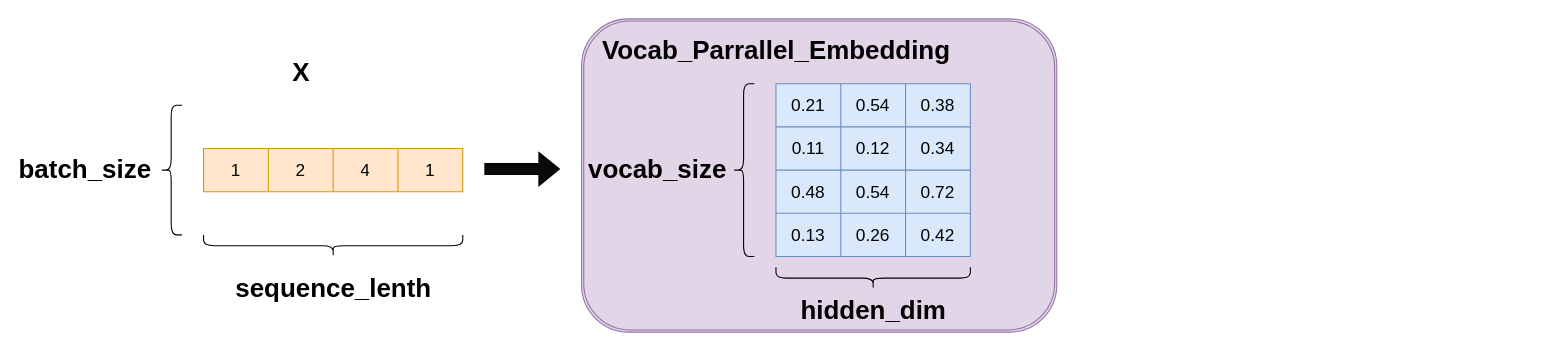
Earlier version of the draw.io diagram drawio_images/Vocab_embedding.drawio (zty-king/zty-king). Source tidied: cells renumbered, new cells numbered last; positions are measured from the earlier drawing's top-left corner, leaving out a move shared by most shapes. Both pictures are drawn from the tidied source at 108%, with x=0, y=0 at pixel (30, 18).
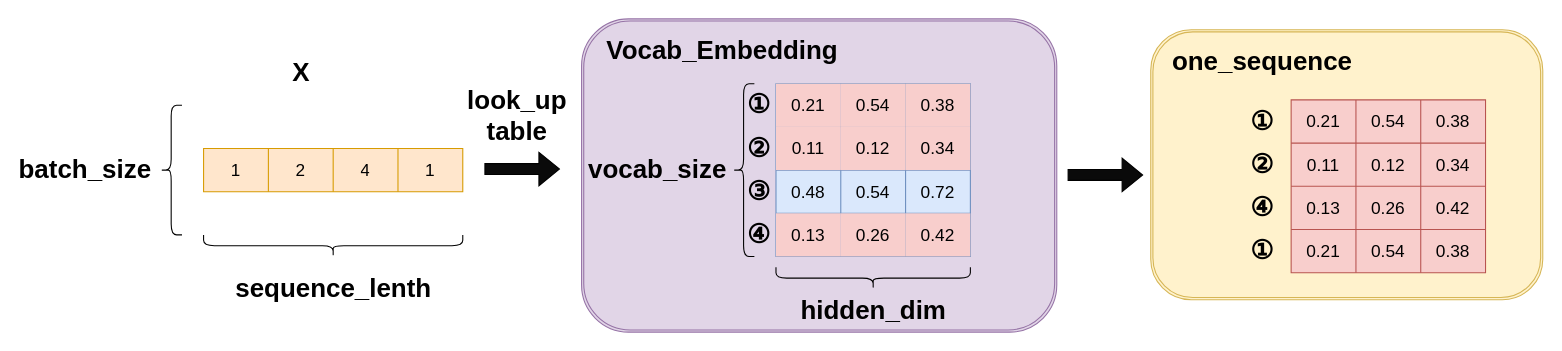
After the change.

Unchanged cells that the change refers to:
```xml
<mxCell id="16" style="shape=tableRow;horizontal=0;startSize=0;swimlaneHead=0;swimlaneBody=0;strokeColor=inherit;top=0;left=0;bottom=0;right=0;fillColor=none;fontSize=16;" parent="15" vertex="1">
  <mxGeometry width="180" height="40" as="geometry" />
</mxCell>
<mxCell id="20" style="shape=tableRow;horizontal=0;startSize=0;swimlaneHead=0;swimlaneBody=0;strokeColor=inherit;top=0;left=0;bottom=0;right=0;fillColor=none;fontSize=16;" parent="15" vertex="1">
  <mxGeometry y="40" width="180" height="40" as="geometry" />
</mxCell>
<mxCell id="28" style="shape=tableRow;horizontal=0;startSize=0;swimlaneHead=0;swimlaneBody=0;strokeColor=inherit;top=0;left=0;bottom=0;right=0;fillColor=none;fontSize=16;" parent="15" vertex="1">
  <mxGeometry y="120" width="180" height="40" as="geometry" />
</mxCell>
```

What changed in the source:
```diff
@@
-    <mxCell id="17" value="0.21" style="shape=partialRectangle;html=1;whiteSpace=wrap;strokeColor=inherit;overflow=hidden;fillColor=none;top=0;left=0;bottom=0;right=0;fontSize=16;" parent="16" vertex="1">
+    <mxCell id="17" value="0.21" style="shape=partialRectangle;html=1;whiteSpace=wrap;strokeColor=#b85450;overflow=hidden;fillColor=#f8cecc;top=0;left=0;bottom=0;right=0;fontSize=16;" parent="16" vertex="1">
       <mxGeometry width="60" height="40" as="geometry" />
     </mxCell>
-    <mxCell id="18" value="0.54" style="shape=partialRectangle;html=1;whiteSpace=wrap;strokeColor=inherit;overflow=hidden;fillColor=none;top=0;left=0;bottom=0;right=0;fontSize=16;" parent="16" vertex="1">
+    <mxCell id="18" value="0.54" style="shape=partialRectangle;html=1;whiteSpace=wrap;strokeColor=#b85450;overflow=hidden;fillColor=#f8cecc;top=0;left=0;bottom=0;right=0;fontSize=16;" parent="16" vertex="1">
       <mxGeometry x="60" width="60" height="40" as="geometry" />
     </mxCell>
-    <mxCell id="19" value="0.38" style="shape=partialRectangle;html=1;whiteSpace=wrap;strokeColor=inherit;overflow=hidden;fillColor=none;top=0;left=0;bottom=0;right=0;fontSize=16;" parent="16" vertex="1">
+    <mxCell id="19" value="0.38" style="shape=partialRectangle;html=1;whiteSpace=wrap;strokeColor=#b85450;overflow=hidden;fillColor=#f8cecc;top=0;left=0;bottom=0;right=0;fontSize=16;" parent="16" vertex="1">
       <mxGeometry x="120" width="60" height="40" as="geometry" />
     </mxCell>
@@
-    <mxCell id="21" value="0.11" style="shape=partialRectangle;html=1;whiteSpace=wrap;strokeColor=inherit;overflow=hidden;fillColor=none;top=0;left=0;bottom=0;right=0;fontSize=16;" parent="20" vertex="1">
+    <mxCell id="21" value="0.11" style="shape=partialRectangle;html=1;whiteSpace=wrap;strokeColor=#b85450;overflow=hidden;fillColor=#f8cecc;top=0;left=0;bottom=0;right=0;fontSize=16;" parent="20" vertex="1">
       <mxGeometry width="60" height="40" as="geometry" />
     </mxCell>
-    <mxCell id="22" value="0.12" style="shape=partialRectangle;html=1;whiteSpace=wrap;strokeColor=inherit;overflow=hidden;fillColor=none;top=0;left=0;bottom=0;right=0;fontSize=16;" parent="20" vertex="1">
+    <mxCell id="22" value="0.12" style="shape=partialRectangle;html=1;whiteSpace=wrap;strokeColor=#b85450;overflow=hidden;fillColor=#f8cecc;top=0;left=0;bottom=0;right=0;fontSize=16;" parent="20" vertex="1">
       <mxGeometry x="60" width="60" height="40" as="geometry" />
     </mxCell>
-    <mxCell id="23" value="0.34" style="shape=partialRectangle;html=1;whiteSpace=wrap;strokeColor=inherit;overflow=hidden;fillColor=none;top=0;left=0;bottom=0;right=0;fontSize=16;" parent="20" vertex="1">
+    <mxCell id="23" value="0.34" style="shape=partialRectangle;html=1;whiteSpace=wrap;strokeColor=#b85450;overflow=hidden;fillColor=#f8cecc;top=0;left=0;bottom=0;right=0;fontSize=16;" parent="20" vertex="1">
       <mxGeometry x="120" width="60" height="40" as="geometry" />
     </mxCell>
@@
-    <mxCell id="29" value="0.13" style="shape=partialRectangle;html=1;whiteSpace=wrap;strokeColor=inherit;overflow=hidden;fillColor=none;top=0;left=0;bottom=0;right=0;fontSize=16;" parent="28" vertex="1">
+    <mxCell id="29" value="0.13" style="shape=partialRectangle;html=1;whiteSpace=wrap;strokeColor=#b85450;overflow=hidden;fillColor=#f8cecc;top=0;left=0;bottom=0;right=0;fontSize=16;" parent="28" vertex="1">
       <mxGeometry width="60" height="40" as="geometry" />
     </mxCell>
-    <mxCell id="30" value="0.26" style="shape=partialRectangle;html=1;whiteSpace=wrap;strokeColor=inherit;overflow=hidden;fillColor=none;top=0;left=0;bottom=0;right=0;fontSize=16;" parent="28" vertex="1">
+    <mxCell id="30" value="0.26" style="shape=partialRectangle;html=1;whiteSpace=wrap;strokeColor=#b85450;overflow=hidden;fillColor=#f8cecc;top=0;left=0;bottom=0;right=0;fontSize=16;" parent="28" vertex="1">
       <mxGeometry x="60" width="60" height="40" as="geometry" />
     </mxCell>
-    <mxCell id="31" value="0.42" style="shape=partialRectangle;html=1;whiteSpace=wrap;strokeColor=inherit;overflow=hidden;fillColor=none;top=0;left=0;bottom=0;right=0;fontSize=16;" parent="28" vertex="1">
+    <mxCell id="31" value="0.42" style="shape=partialRectangle;html=1;whiteSpace=wrap;strokeColor=#b85450;overflow=hidden;fillColor=#f8cecc;top=0;left=0;bottom=0;right=0;fontSize=16;" parent="28" vertex="1">
       <mxGeometry x="120" width="60" height="40" as="geometry" />
     </mxCell>
@@
-    <mxCell id="36" value="Vocab_Parrallel_Embedding" style="text;strokeColor=none;fillColor=none;html=1;fontSize=24;fontStyle=1;verticalAlign=middle;align=center;" parent="1" vertex="1">
-      <mxGeometry x="640" y="10" width="100" height="40" as="geometry" />
+    <mxCell id="36" value="Vocab_Embedding" style="text;strokeColor=none;fillColor=none;html=1;fontSize=24;fontStyle=1;verticalAlign=middle;align=center;" parent="1" vertex="1">
+      <mxGeometry x="590" y="10" width="100" height="40" as="geometry" />
     </mxCell>
+    <mxCell id="37" style="shape=flexArrow;endArrow=classic;html=1;rounded=0;fillColor=light-dark(#0a0a0a, #ededed);" parent="1" edge="1">
+      <mxGeometry relative="1" as="geometry">
+        <mxPoint x="960" y="144.5" as="sourcePoint" />
+        <mxPoint x="1030" y="144.5" as="targetPoint" />
+      </mxGeometry>
+    </mxCell>
+    <mxCell id="38" style="shape=ext;double=1;rounded=1;whiteSpace=wrap;html=1;fillColor=#fff2cc;strokeColor=#d6b656;" parent="1" vertex="1">
+      <mxGeometry x="1037" y="10" width="363" height="250" as="geometry" />
+    </mxCell>
+    <mxCell id="39" value="one_sequence" style="text;strokeColor=none;fillColor=none;html=1;fontSize=24;fontStyle=1;verticalAlign=middle;align=center;" parent="1" vertex="1">
+      <mxGeometry x="1090" y="20" width="100" height="40" as="geometry" />
+    </mxCell>
+    <mxCell id="40" style="shape=table;startSize=0;childLayout=tableLayout;fontSize=16;fillColor=#f8cecc;strokeColor=#b85450;" parent="1" vertex="1">
+      <mxGeometry x="1167" y="75" width="180" height="160" as="geometry" />
+    </mxCell>
+    <mxCell id="41" style="shape=tableRow;horizontal=0;startSize=0;swimlaneHead=0;swimlaneBody=0;strokeColor=inherit;top=0;left=0;bottom=0;right=0;fillColor=none;fontSize=16;" parent="40" vertex="1">
+      <mxGeometry width="180" height="40" as="geometry" />
+    </mxCell>
+    <mxCell id="42" value="0.21" style="shape=partialRectangle;html=1;whiteSpace=wrap;strokeColor=inherit;overflow=hidden;fillColor=none;top=0;left=0;bottom=0;right=0;fontSize=16;" parent="41" vertex="1">
+      <mxGeometry width="60" height="40" as="geometry" />
+    </mxCell>
+    <mxCell id="43" value="0.54" style="shape=partialRectangle;html=1;whiteSpace=wrap;strokeColor=inherit;overflow=hidden;fillColor=none;top=0;left=0;bottom=0;right=0;fontSize=16;" parent="41" vertex="1">
+      <mxGeometry x="60" width="60" height="40" as="geometry" />
+    </mxCell>
+    <mxCell id="44" value="0.38" style="shape=partialRectangle;html=1;whiteSpace=wrap;strokeColor=inherit;overflow=hidden;fillColor=none;top=0;left=0;bottom=0;right=0;fontSize=16;" parent="41" vertex="1">
+      <mxGeometry x="120" width="60" height="40" as="geometry" />
+    </mxCell>
+    <mxCell id="45" style="shape=tableRow;horizontal=0;startSize=0;swimlaneHead=0;swimlaneBody=0;strokeColor=inherit;top=0;left=0;bottom=0;right=0;fillColor=none;fontSize=16;" parent="40" vertex="1">
+      <mxGeometry y="40" width="180" height="40" as="geometry" />
+    </mxCell>
+    <mxCell id="46" value="0.11" style="shape=partialRectangle;html=1;whiteSpace=wrap;strokeColor=inherit;overflow=hidden;fillColor=none;top=0;left=0;bottom=0;right=0;fontSize=16;" parent="45" vertex="1">
+      <mxGeometry width="60" height="40" as="geometry" />
+    </mxCell>
+    <mxCell id="47" value="0.12" style="shape=partialRectangle;html=1;whiteSpace=wrap;strokeColor=inherit;overflow=hidden;fillColor=none;top=0;left=0;bottom=0;right=0;fontSize=16;" parent="45" vertex="1">
+      <mxGeometry x="60" width="60" height="40" as="geometry" />
+    </mxCell>
+    <mxCell id="48" value="0.34" style="shape=partialRectangle;html=1;whiteSpace=wrap;strokeColor=inherit;overflow=hidden;fillColor=none;top=0;left=0;bottom=0;right=0;fontSize=16;" parent="45" vertex="1">
+      <mxGeometry x="120" width="60" height="40" as="geometry" />
+    </mxCell>
+    <mxCell id="49" style="shape=tableRow;horizontal=0;startSize=0;swimlaneHead=0;swimlaneBody=0;strokeColor=inherit;top=0;left=0;bottom=0;right=0;fillColor=none;fontSize=16;" parent="40" vertex="1">
+      <mxGeometry y="80" width="180" height="40" as="geometry" />
+    </mxCell>
+    <mxCell id="50" value="0.13" style="shape=partialRectangle;html=1;whiteSpace=wrap;strokeColor=inherit;overflow=hidden;fillColor=none;top=0;left=0;bottom=0;right=0;fontSize=16;" parent="49" vertex="1">
+      <mxGeometry width="60" height="40" as="geometry" />
+    </mxCell>
+    <mxCell id="51" value="0.26" style="shape=partialRectangle;html=1;whiteSpace=wrap;strokeColor=inherit;overflow=hidden;fillColor=none;top=0;left=0;bottom=0;right=0;fontSize=16;" parent="49" vertex="1">
+      <mxGeometry x="60" width="60" height="40" as="geometry" />
+    </mxCell>
+    <mxCell id="52" value="0.42" style="shape=partialRectangle;html=1;whiteSpace=wrap;strokeColor=inherit;overflow=hidden;fillColor=none;top=0;left=0;bottom=0;right=0;fontSize=16;" parent="49" vertex="1">
+      <mxGeometry x="120" width="60" height="40" as="geometry" />
+    </mxCell>
+    <mxCell id="53" style="shape=tableRow;horizontal=0;startSize=0;swimlaneHead=0;swimlaneBody=0;strokeColor=inherit;top=0;left=0;bottom=0;right=0;fillColor=none;fontSize=16;" parent="40" vertex="1">
+      <mxGeometry y="120" width="180" height="40" as="geometry" />
+    </mxCell>
+    <mxCell id="54" value="0.21" style="shape=partialRectangle;html=1;whiteSpace=wrap;strokeColor=inherit;overflow=hidden;fillColor=none;top=0;left=0;bottom=0;right=0;fontSize=16;" parent="53" vertex="1">
+      <mxGeometry width="60" height="40" as="geometry" />
+    </mxCell>
+    <mxCell id="55" value="0.54" style="shape=partialRectangle;html=1;whiteSpace=wrap;strokeColor=inherit;overflow=hidden;fillColor=none;top=0;left=0;bottom=0;right=0;fontSize=16;" parent="53" vertex="1">
+      <mxGeometry x="60" width="60" height="40" as="geometry" />
+    </mxCell>
+    <mxCell id="56" value="0.38" style="shape=partialRectangle;html=1;whiteSpace=wrap;strokeColor=inherit;overflow=hidden;fillColor=none;top=0;left=0;bottom=0;right=0;fontSize=16;" parent="53" vertex="1">
+      <mxGeometry x="120" width="60" height="40" as="geometry" />
+    </mxCell>
+    <mxCell id="57" value="①" style="text;strokeColor=none;fillColor=none;html=1;fontSize=24;fontStyle=1;verticalAlign=middle;align=center;" parent="1" vertex="1">
+      <mxGeometry x="624" y="60" width="100" height="40" as="geometry" />
+    </mxCell>
+    <mxCell id="58" value="②" style="text;strokeColor=none;fillColor=none;html=1;fontSize=24;fontStyle=1;verticalAlign=middle;align=center;" parent="1" vertex="1">
+      <mxGeometry x="624" y="100" width="100" height="40" as="geometry" />
+    </mxCell>
+    <mxCell id="59" value="③" style="text;strokeColor=none;fillColor=none;html=1;fontSize=24;fontStyle=1;verticalAlign=middle;align=center;" parent="1" vertex="1">
+      <mxGeometry x="624" y="140" width="100" height="40" as="geometry" />
+    </mxCell>
+    <mxCell id="60" value="④" style="text;strokeColor=none;fillColor=none;html=1;fontSize=24;fontStyle=1;verticalAlign=middle;align=center;" parent="1" vertex="1">
+      <mxGeometry x="624" y="180" width="100" height="40" as="geometry" />
+    </mxCell>
+    <mxCell id="61" value="①" style="text;strokeColor=none;fillColor=none;html=1;fontSize=24;fontStyle=1;verticalAlign=middle;align=center;" parent="1" vertex="1">
+      <mxGeometry x="1090" y="75" width="100" height="40" as="geometry" />
+    </mxCell>
+    <mxCell id="62" value="②" style="text;strokeColor=none;fillColor=none;html=1;fontSize=24;fontStyle=1;verticalAlign=middle;align=center;" parent="1" vertex="1">
+      <mxGeometry x="1090" y="115" width="100" height="40" as="geometry" />
+    </mxCell>
+    <mxCell id="63" value="④" style="text;strokeColor=none;fillColor=none;html=1;fontSize=24;fontStyle=1;verticalAlign=middle;align=center;" parent="1" vertex="1">
+      <mxGeometry x="1090" y="155" width="100" height="40" as="geometry" />
+    </mxCell>
+    <mxCell id="64" value="①" style="text;strokeColor=none;fillColor=none;html=1;fontSize=24;fontStyle=1;verticalAlign=middle;align=center;" parent="1" vertex="1">
+      <mxGeometry x="1090" y="195" width="100" height="40" as="geometry" />
+    </mxCell>
+    <mxCell id="65" value="look_up&lt;div&gt;table&lt;/div&gt;" style="text;strokeColor=none;fillColor=none;html=1;fontSize=24;fontStyle=1;verticalAlign=middle;align=center;" parent="1" vertex="1">
+      <mxGeometry x="400" y="70" width="100" height="40" as="geometry" />
+    </mxCell>
```
